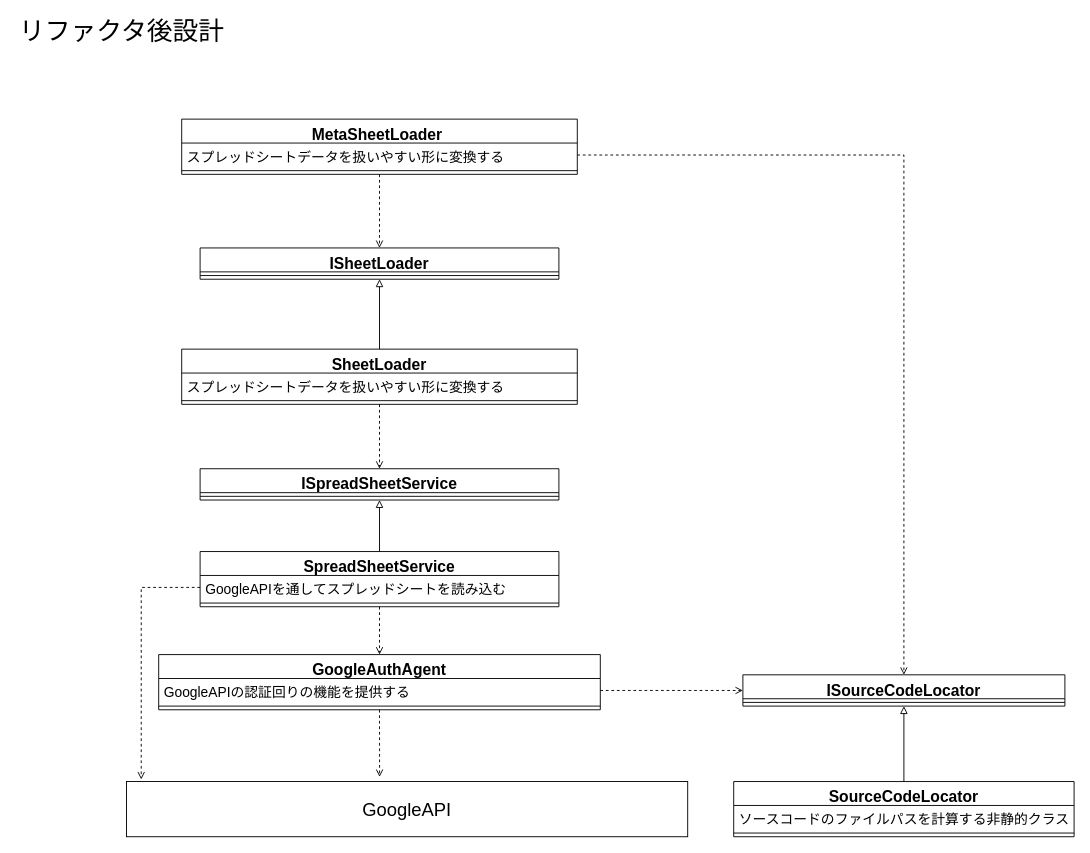
Before: Designs/GoogleDriveDownloaderリファクタ後設計.drawio in Dumble009/GoogleDriveDownloader, a draw.io diagram. Source tidied: cells renumbered, new cells numbered last; positions are measured from the earlier drawing's top-left corner, leaving out a move shared by most shapes. Both pictures are drawn from the tidied source at 92%, with x=0, y=0 at pixel (16, 17).
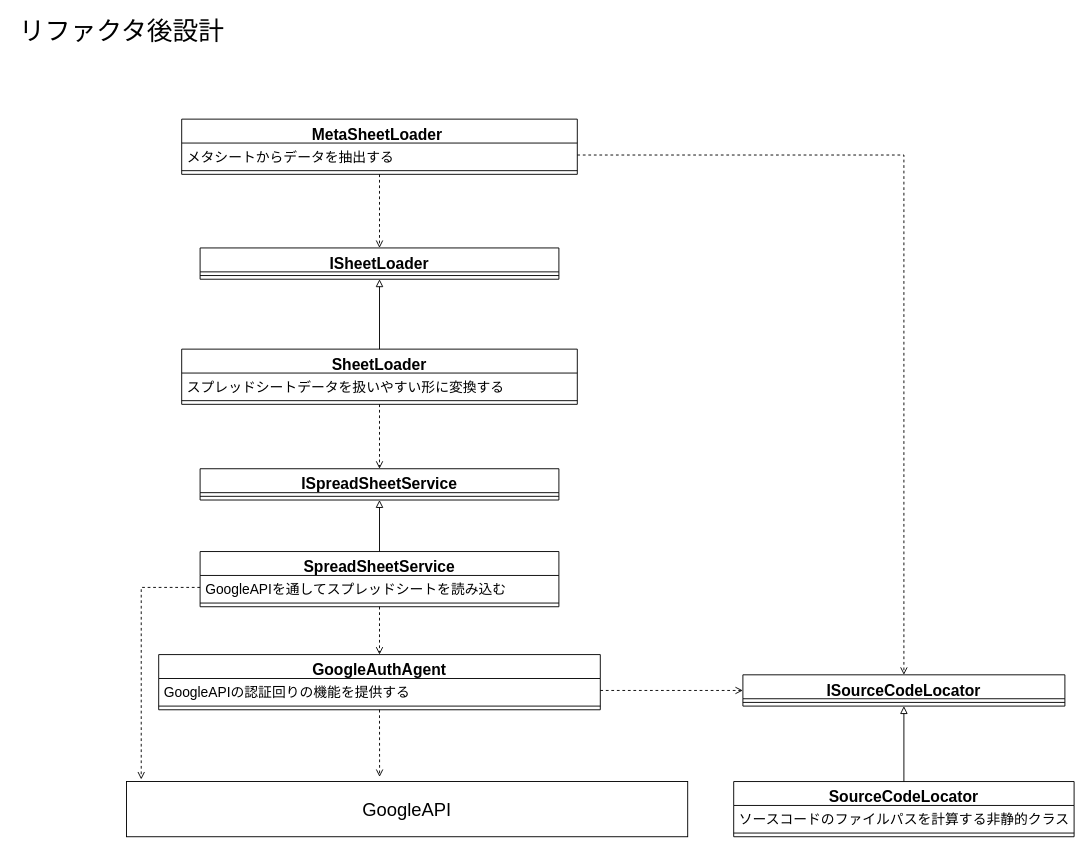
The same page after the edit.

Commit message (it also covers changes not shown here):
リファクタ後設計図のMetaSheetLoaderの説明が誤っていたので修正

The change refers to these unchanged cells:
```xml
<mxCell id="20" value="MetaSheetLoader " style="swimlane;fontStyle=1;align=center;verticalAlign=top;horizontal=1;startSize=26;fontSize=17;" parent="1" vertex="1">
  <mxGeometry x="180" y="110" width="430" height="60" as="geometry" />
</mxCell>
```

Change to the diagram source:
```diff
@@
-    <mxCell id="21" value="スプレッドシートデータを扱いやすい形に変換する" style="text;strokeColor=none;fillColor=none;align=left;verticalAlign=top;spacingLeft=4;spacingRight=4;overflow=hidden;points=[[0,0.5],[1,0.5]];portConstraint=eastwest;fontSize=15;" parent="20" vertex="1">
+    <mxCell id="21" value="メタシートからデータを抽出する" style="text;strokeColor=none;fillColor=none;align=left;verticalAlign=top;spacingLeft=4;spacingRight=4;overflow=hidden;points=[[0,0.5],[1,0.5]];portConstraint=eastwest;fontSize=15;" parent="20" vertex="1">
       <mxGeometry y="26" width="430" height="26" as="geometry" />
     </mxCell>
```
